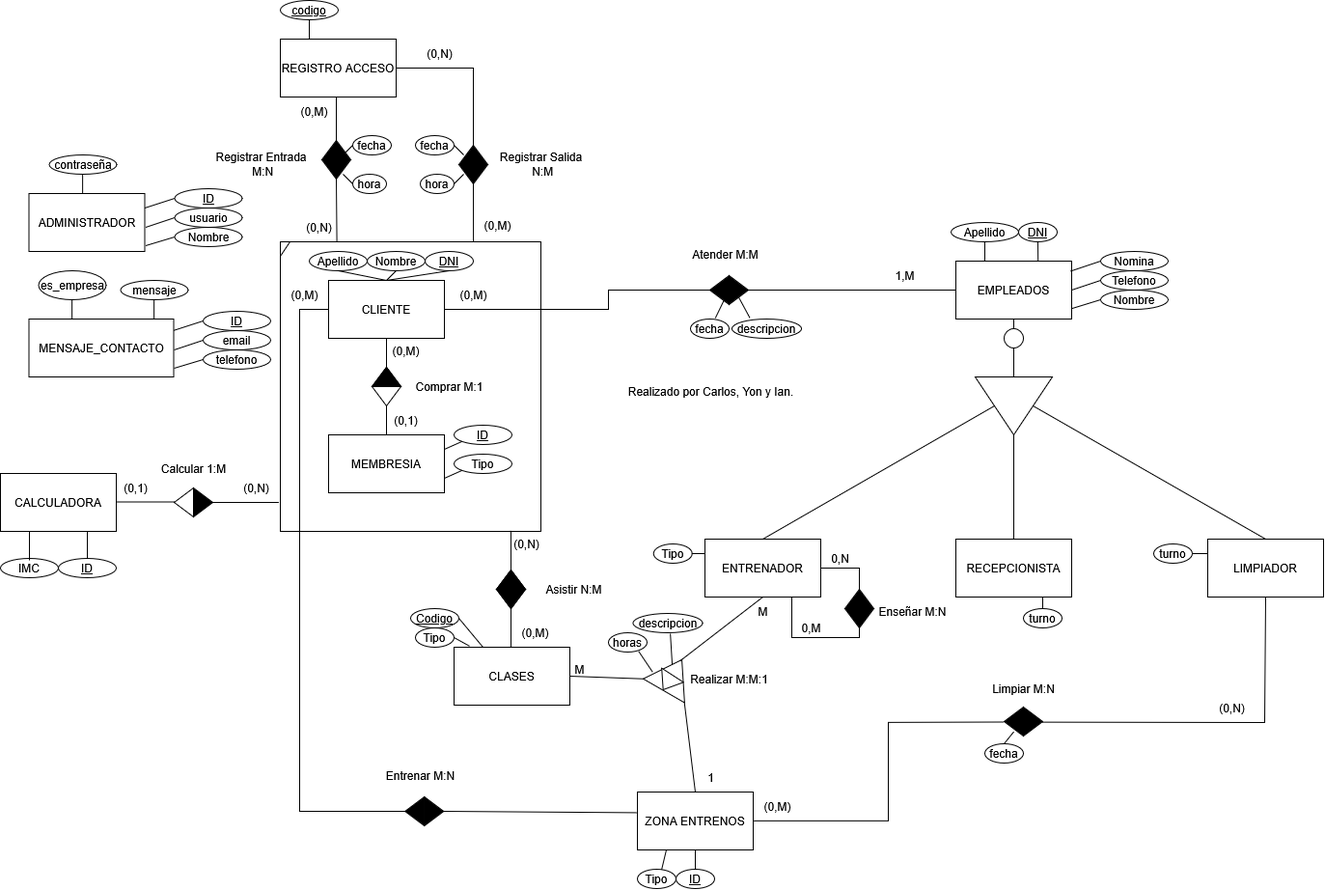
Above: BaseDatos/Entidad Relacion/Entidad Relacion.drawio.png in cmr-dam/ProyectoIntermodular-ICY (draw.io), before the change. Source tidied: cells renumbered, new cells last; positions are measured from the earlier drawing's top-left corner, leaving out a move shared by most shapes.
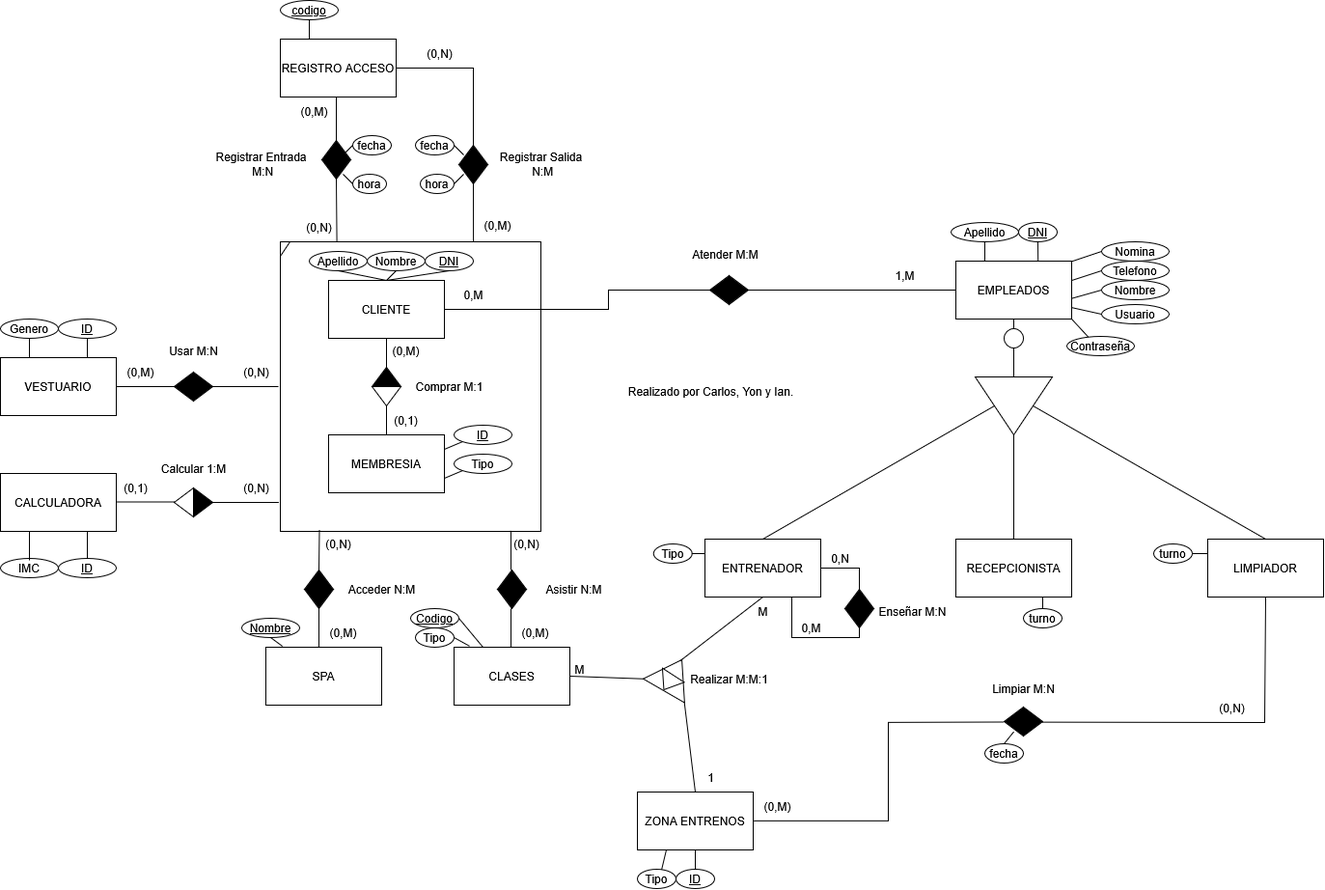
The same diagram one commit later.

Commit message:
Se actualiza el gráfo entidad relación

The edit, as a diff of the source:
```diff
@@ -62,4 +62,4 @@
     </mxCell>
-    <mxCell id="20" value="(0,M)" style="text;html=1;align=center;verticalAlign=middle;strokeColor=none;fillColor=none;" parent="18" vertex="1">
-      <mxGeometry x="175" y="40" width="50" height="30" as="geometry" />
+    <mxCell id="20" value="0,M" style="text;html=1;align=center;verticalAlign=middle;strokeColor=none;fillColor=none;" parent="18" vertex="1">
+      <mxGeometry x="180" y="40" width="40" height="30" as="geometry" />
     </mxCell>
@@ -71,8 +71,66 @@
     </mxCell>
-    <mxCell id="23" value="(0,M)" style="text;html=1;align=center;verticalAlign=middle;strokeColor=none;fillColor=none;" parent="18" vertex="1">
-      <mxGeometry y="40" width="50" height="30" as="geometry" />
-    </mxCell>
-    <mxCell id="24" style="triangle;whiteSpace=wrap;html=1;rotation=-90;fillStyle=solid;fillColor=#000000;" parent="18" vertex="1">
-      <mxGeometry x="100" y="125" width="20" height="30" as="geometry" />
-    </mxCell>
+    <mxCell id="173" style="endArrow=none;html=1;rounded=0;exitX=0.15;exitY=0.996;exitDx=0;exitDy=0;exitPerimeter=0;entryX=0.5;entryY=0;entryDx=0;entryDy=0;" parent="1" edge="1" source="18">
+      <mxGeometry relative="1" as="geometry">
+        <mxPoint x="330" y="590" as="targetPoint" />
+      </mxGeometry>
+    </mxCell>
+    <mxCell id="174" value="(0,N)" style="text;html=1;align=center;verticalAlign=middle;strokeColor=none;fillColor=none;" parent="1" vertex="1">
+      <mxGeometry x="325" y="548" width="50" height="30" as="geometry" />
+    </mxCell>
+    <mxCell id="175" style="endArrow=none;html=1;rounded=0;exitX=0.5;exitY=1;exitDx=0;exitDy=0;" parent="1" edge="1">
+      <mxGeometry relative="1" as="geometry">
+        <mxPoint x="330" y="630" as="sourcePoint" />
+        <mxPoint x="330" y="670" as="targetPoint" />
+      </mxGeometry>
+    </mxCell>
+    <mxCell id="176" value="SPA" style="rounded=0;whiteSpace=wrap;html=1;" parent="1" vertex="1">
+      <mxGeometry x="275" y="670" width="120" height="60" as="geometry" />
+    </mxCell>
+    <mxCell id="177" value="(0,M)" style="text;html=1;align=center;verticalAlign=middle;strokeColor=none;fillColor=none;" parent="1" vertex="1">
+      <mxGeometry x="330" y="640" width="50" height="30" as="geometry" />
+    </mxCell>
+    <mxCell id="178" value="Acceder N:M" style="text;html=1;align=center;verticalAlign=middle;strokeColor=none;fillColor=none;" parent="1" vertex="1">
+      <mxGeometry x="350" y="595" width="90" height="30" as="geometry" />
+    </mxCell>
+    <mxCell id="140" value="&lt;u&gt;Nombre&lt;/u&gt;" style="ellipse;whiteSpace=wrap;html=1;" parent="1" vertex="1">
+      <mxGeometry x="250" y="640" width="60" height="20" as="geometry" />
+    </mxCell>
+    <mxCell id="179" style="endArrow=none;html=1;rounded=0;exitX=0.5;exitY=1;exitDx=0;exitDy=0;entryX=0.143;entryY=-0.017;entryDx=0;entryDy=0;entryPerimeter=0;" parent="1" edge="1" source="140" target="176">
+      <mxGeometry relative="1" as="geometry" />
+    </mxCell>
+    <mxCell id="180" style="endArrow=none;html=1;rounded=0;exitX=1;exitY=0.5;exitDx=0;exitDy=0;" parent="1" edge="1">
+      <mxGeometry relative="1" as="geometry">
+        <mxPoint x="220" y="400" as="sourcePoint" />
+        <mxPoint x="288" y="400" as="targetPoint" />
+      </mxGeometry>
+    </mxCell>
+    <mxCell id="181" value="VESTUARIO" style="rounded=0;whiteSpace=wrap;html=1;" parent="1" vertex="1">
+      <mxGeometry y="370" width="120" height="60" as="geometry" />
+    </mxCell>
+    <mxCell id="182" value="Genero" style="ellipse;whiteSpace=wrap;html=1;" parent="1" vertex="1">
+      <mxGeometry y="330" width="60" height="20" as="geometry" />
+    </mxCell>
+    <mxCell id="183" value="&lt;u&gt;ID&lt;/u&gt;" style="ellipse;whiteSpace=wrap;html=1;" parent="1" vertex="1">
+      <mxGeometry x="60" y="330" width="60" height="20" as="geometry" />
+    </mxCell>
+    <mxCell id="184" style="endArrow=none;html=1;rounded=0;exitX=0.25;exitY=0;exitDx=0;exitDy=0;entryX=0.5;entryY=1;entryDx=0;entryDy=0;" parent="1" edge="1" source="181" target="182">
+      <mxGeometry relative="1" as="geometry" />
+    </mxCell>
+    <mxCell id="185" style="endArrow=none;html=1;rounded=0;exitX=0.75;exitY=0;exitDx=0;exitDy=0;entryX=0.5;entryY=1;entryDx=0;entryDy=0;" parent="1" edge="1" source="181" target="183">
+      <mxGeometry relative="1" as="geometry" />
+    </mxCell>
+    <mxCell id="186" value="Usar M:N" style="text;html=1;align=center;verticalAlign=middle;strokeColor=none;fillColor=none;" parent="1" vertex="1">
+      <mxGeometry x="165" y="348" width="70" height="30" as="geometry" />
+    </mxCell>
+    <mxCell id="187" value="(0,M)" style="text;html=1;align=center;verticalAlign=middle;strokeColor=none;fillColor=none;" parent="1" vertex="1">
+      <mxGeometry x="120" y="370" width="50" height="30" as="geometry" />
+    </mxCell>
+    <mxCell id="188" value="(0,N)" style="text;html=1;align=center;verticalAlign=middle;strokeColor=none;fillColor=none;" parent="1" vertex="1">
+      <mxGeometry x="240" y="370" width="50" height="30" as="geometry" />
+    </mxCell>
+    <mxCell id="189" style="endArrow=none;html=1;rounded=0;exitX=1;exitY=0.5;exitDx=0;exitDy=0;entryX=0;entryY=0.5;entryDx=0;entryDy=0;" parent="1" edge="1" source="181">
+      <mxGeometry relative="1" as="geometry">
+        <mxPoint x="180" y="400" as="targetPoint" />
+      </mxGeometry>
+    </mxCell>
     <mxCell id="25" style="endArrow=none;html=1;rounded=0;exitX=-0.006;exitY=0.9;exitDx=0;exitDy=0;exitPerimeter=0;" parent="1" edge="1" source="18">
@@ -159,3 +217,3 @@
     <mxCell id="47" style="triangle;whiteSpace=wrap;html=1;direction=north;rotation=-147;" parent="1" vertex="1">
-      <mxGeometry x="678.1" y="697.6" width="26.9" height="17.9" as="geometry" />
+      <mxGeometry x="678.8" y="697.6" width="26.9" height="17.9" as="geometry" />
     </mxCell>
@@ -306,6 +364,6 @@
     <mxCell id="88" value="Telefono" style="ellipse;whiteSpace=wrap;html=1;" parent="1" vertex="1">
-      <mxGeometry x="1140" y="280" width="70" height="20" as="geometry" />
+      <mxGeometry x="1141" y="270" width="70" height="20" as="geometry" />
     </mxCell>
     <mxCell id="89" value="Nombre" style="ellipse;whiteSpace=wrap;html=1;" parent="1" vertex="1">
-      <mxGeometry x="1140" y="300" width="70" height="20" as="geometry" />
+      <mxGeometry x="1141" y="290" width="70" height="20" as="geometry" />
     </mxCell>
@@ -315,3 +373,3 @@
     <mxCell id="91" value="Nomina" style="ellipse;whiteSpace=wrap;html=1;" parent="1" vertex="1">
-      <mxGeometry x="1140" y="260" width="70" height="20" as="geometry" />
+      <mxGeometry x="1141" y="250" width="70" height="20" as="geometry" />
     </mxCell>
@@ -320,6 +378,8 @@
     </mxCell>
-    <mxCell id="93" style="endArrow=none;html=1;rounded=0;entryX=0;entryY=0.5;entryDx=0;entryDy=0;exitX=0.992;exitY=0.173;exitDx=0;exitDy=0;exitPerimeter=0;" parent="1" edge="1" source="83" target="91">
-      <mxGeometry relative="1" as="geometry" />
+    <mxCell id="93" style="endArrow=none;html=1;rounded=0;entryX=0;entryY=0.5;entryDx=0;entryDy=0;exitX=0.992;exitY=0.173;exitDx=0;exitDy=0;exitPerimeter=0;" parent="1" edge="1" target="91">
+      <mxGeometry relative="1" as="geometry">
+        <mxPoint x="1110" y="270.4" as="sourcePoint" />
+      </mxGeometry>
     </mxCell>
-    <mxCell id="94" style="endArrow=none;html=1;rounded=0;entryX=0;entryY=0.5;entryDx=0;entryDy=0;exitX=1;exitY=0.5;exitDx=0;exitDy=0;" parent="1" edge="1" source="83" target="88">
+    <mxCell id="94" style="endArrow=none;html=1;rounded=0;entryX=0;entryY=0.5;entryDx=0;entryDy=0;exitX=1.002;exitY=0.333;exitDx=0;exitDy=0;exitPerimeter=0;" parent="1" edge="1" source="83" target="88">
       <mxGeometry relative="1" as="geometry" />
@@ -329,3 +389,3 @@
     </mxCell>
-    <mxCell id="96" style="endArrow=none;html=1;rounded=0;entryX=0;entryY=0.5;entryDx=0;entryDy=0;exitX=1;exitY=0.82;exitDx=0;exitDy=0;exitPerimeter=0;" parent="1" edge="1" source="83" target="89">
+    <mxCell id="96" style="endArrow=none;html=1;rounded=0;entryX=0;entryY=0.5;entryDx=0;entryDy=0;exitX=1.002;exitY=0.644;exitDx=0;exitDy=0;exitPerimeter=0;" parent="1" edge="1" source="83" target="89">
       <mxGeometry relative="1" as="geometry" />
@@ -454,7 +514,13 @@
     </mxCell>
+    <mxCell id="190" style="triangle;whiteSpace=wrap;html=1;rotation=-90;fillStyle=solid;fillColor=light-dark(#000000,#000000);" parent="1" vertex="1">
+      <mxGeometry x="320" y="585" width="20" height="30" as="geometry" />
+    </mxCell>
+    <mxCell id="191" style="triangle;whiteSpace=wrap;html=1;rotation=90;fillStyle=solid;fillColor=#000000;" parent="1" vertex="1">
+      <mxGeometry x="320" y="605" width="20" height="30" as="geometry" />
+    </mxCell>
     <mxCell id="128" style="triangle;whiteSpace=wrap;html=1;rotation=-90;fillStyle=solid;fillColor=light-dark(#000000,#000000);" parent="1" vertex="1">
-      <mxGeometry x="519" y="585" width="20" height="30" as="geometry" />
+      <mxGeometry x="520" y="585" width="20" height="30" as="geometry" />
     </mxCell>
     <mxCell id="129" style="triangle;whiteSpace=wrap;html=1;rotation=90;fillStyle=solid;fillColor=light-dark(#000000,#000000);" parent="1" vertex="1">
-      <mxGeometry x="519" y="605" width="20" height="30" as="geometry" />
+      <mxGeometry x="520" y="605" width="20" height="30" as="geometry" />
     </mxCell>
@@ -466,2 +532,8 @@
     </mxCell>
+    <mxCell id="192" style="triangle;whiteSpace=wrap;html=1;rotation=0;fillColor=#000000;fillStyle=solid;" parent="1" vertex="1">
+      <mxGeometry x="200" y="385" width="20" height="30" as="geometry" />
+    </mxCell>
+    <mxCell id="193" style="triangle;whiteSpace=wrap;html=1;rotation=-180;fillStyle=solid;fillColor=#000000;" parent="1" vertex="1">
+      <mxGeometry x="180" y="385" width="20" height="30" as="geometry" />
+    </mxCell>
     <mxCell id="132" style="triangle;whiteSpace=wrap;html=1;rotation=0;fillStyle=solid;fillColor=#000000;" parent="1" vertex="1">
@@ -484,136 +556,14 @@
     </mxCell>
-    <mxCell id="138" value="ADMINISTRADOR" style="rounded=0;whiteSpace=wrap;html=1;" parent="1" vertex="1">
-      <mxGeometry x="29.5" y="200" width="120" height="60" as="geometry" />
-    </mxCell>
-    <mxCell id="139" value="usuario" style="ellipse;whiteSpace=wrap;html=1;" parent="1" vertex="1">
-      <mxGeometry x="180.5" y="215" width="70" height="20" as="geometry" />
-    </mxCell>
-    <mxCell id="140" value="Nombre" style="ellipse;whiteSpace=wrap;html=1;" parent="1" vertex="1">
-      <mxGeometry x="180.5" y="235" width="70" height="20" as="geometry" />
-    </mxCell>
-    <mxCell id="141" value="&lt;u&gt;ID&lt;/u&gt;" style="ellipse;whiteSpace=wrap;html=1;" parent="1" vertex="1">
-      <mxGeometry x="180.5" y="195" width="70" height="20" as="geometry" />
-    </mxCell>
-    <mxCell id="142" style="endArrow=none;html=1;rounded=0;entryX=0;entryY=0.5;entryDx=0;entryDy=0;exitX=0.992;exitY=0.173;exitDx=0;exitDy=0;exitPerimeter=0;" parent="1" edge="1" target="141">
-      <mxGeometry relative="1" as="geometry">
-        <mxPoint x="149.5" y="215" as="sourcePoint" />
-      </mxGeometry>
-    </mxCell>
-    <mxCell id="143" style="endArrow=none;html=1;rounded=0;entryX=0;entryY=0.5;entryDx=0;entryDy=0;exitX=1;exitY=0.5;exitDx=0;exitDy=0;" parent="1" edge="1" target="139">
-      <mxGeometry relative="1" as="geometry">
-        <mxPoint x="150.5" y="235" as="sourcePoint" />
-      </mxGeometry>
-    </mxCell>
-    <mxCell id="144" style="endArrow=none;html=1;rounded=0;entryX=0;entryY=0.5;entryDx=0;entryDy=0;exitX=1;exitY=0.82;exitDx=0;exitDy=0;exitPerimeter=0;" parent="1" edge="1" target="140">
-      <mxGeometry relative="1" as="geometry">
-        <mxPoint x="150.5" y="254" as="sourcePoint" />
-      </mxGeometry>
-    </mxCell>
-    <mxCell id="145" value="contraseña" style="ellipse;whiteSpace=wrap;html=1;" parent="1" vertex="1">
-      <mxGeometry x="50.5" y="160" width="70" height="20" as="geometry" />
-    </mxCell>
-    <mxCell id="146" style="endArrow=none;html=1;rounded=0;entryX=0.5;entryY=1;entryDx=0;entryDy=0;exitX=0.25;exitY=0;exitDx=0;exitDy=0;" parent="1" edge="1">
-      <mxGeometry relative="1" as="geometry">
-        <mxPoint x="85.1" y="200" as="sourcePoint" />
-        <mxPoint x="85.1" y="180" as="targetPoint" />
-      </mxGeometry>
-    </mxCell>
-    <mxCell id="147" value="email" style="ellipse;whiteSpace=wrap;html=1;" parent="1" vertex="1">
-      <mxGeometry x="210" y="342" width="70" height="20" as="geometry" />
-    </mxCell>
-    <mxCell id="148" value="telefono" style="ellipse;whiteSpace=wrap;html=1;" parent="1" vertex="1">
-      <mxGeometry x="210" y="362" width="70" height="20" as="geometry" />
-    </mxCell>
-    <mxCell id="149" value="&lt;u&gt;ID&lt;/u&gt;" style="ellipse;whiteSpace=wrap;html=1;" parent="1" vertex="1">
-      <mxGeometry x="210" y="322" width="70" height="20" as="geometry" />
-    </mxCell>
-    <mxCell id="150" style="endArrow=none;html=1;rounded=0;entryX=0;entryY=0.5;entryDx=0;entryDy=0;exitX=0.992;exitY=0.173;exitDx=0;exitDy=0;exitPerimeter=0;" parent="1" edge="1" target="149">
-      <mxGeometry relative="1" as="geometry">
-        <mxPoint x="179" y="342" as="sourcePoint" />
-      </mxGeometry>
-    </mxCell>
-    <mxCell id="151" style="endArrow=none;html=1;rounded=0;entryX=0;entryY=0.5;entryDx=0;entryDy=0;exitX=1;exitY=0.5;exitDx=0;exitDy=0;" parent="1" edge="1" target="147">
-      <mxGeometry relative="1" as="geometry">
-        <mxPoint x="180" y="362" as="sourcePoint" />
-      </mxGeometry>
-    </mxCell>
-    <mxCell id="152" style="endArrow=none;html=1;rounded=0;entryX=0;entryY=0.5;entryDx=0;entryDy=0;exitX=1;exitY=0.82;exitDx=0;exitDy=0;exitPerimeter=0;" parent="1" edge="1" target="148">
-      <mxGeometry relative="1" as="geometry">
-        <mxPoint x="180" y="381" as="sourcePoint" />
-      </mxGeometry>
-    </mxCell>
-    <mxCell id="153" value="mensaje" style="ellipse;whiteSpace=wrap;html=1;" parent="1" vertex="1">
-      <mxGeometry x="124.5" y="290" width="70" height="20" as="geometry" />
-    </mxCell>
-    <mxCell id="154" style="endArrow=none;html=1;rounded=0;entryX=0.5;entryY=1;entryDx=0;entryDy=0;exitX=0.25;exitY=0;exitDx=0;exitDy=0;" parent="1" edge="1">
-      <mxGeometry relative="1" as="geometry">
-        <mxPoint x="159.1" y="330" as="sourcePoint" />
-        <mxPoint x="159.1" y="310" as="targetPoint" />
-      </mxGeometry>
-    </mxCell>
-    <mxCell id="155" value="es_empresa" style="ellipse;whiteSpace=wrap;html=1;" parent="1" vertex="1">
-      <mxGeometry x="39.5" y="280" width="70" height="30" as="geometry" />
-    </mxCell>
-    <mxCell id="156" style="endArrow=none;html=1;rounded=0;entryX=0.5;entryY=1;entryDx=0;entryDy=0;exitX=0.25;exitY=0;exitDx=0;exitDy=0;" parent="1" edge="1">
-      <mxGeometry relative="1" as="geometry">
-        <mxPoint x="74.1" y="330" as="sourcePoint" />
-        <mxPoint x="74.1" y="310" as="targetPoint" />
-      </mxGeometry>
-    </mxCell>
-    <mxCell id="157" style="triangle;whiteSpace=wrap;html=1;rotation=-90;fillStyle=solid;fillColor=#000000;" parent="1" vertex="1">
-      <mxGeometry x="519" y="585" width="20" height="30" as="geometry" />
-    </mxCell>
-    <mxCell id="158" style="triangle;whiteSpace=wrap;html=1;rotation=90;fillStyle=solid;fillColor=#000000;" parent="1" vertex="1">
-      <mxGeometry x="519" y="605" width="20" height="30" as="geometry" />
-    </mxCell>
-    <mxCell id="159" value="MENSAJE_CONTACTO" style="rounded=0;whiteSpace=wrap;html=1;" parent="1" vertex="1">
-      <mxGeometry x="29.5" y="330" width="150" height="60" as="geometry" />
-    </mxCell>
-    <mxCell id="160" style="endArrow=none;html=1;rounded=0;exitX=0;exitY=0.5;exitDx=0;exitDy=0;" parent="1" edge="1" source="2">
-      <mxGeometry relative="1" as="geometry">
-        <mxPoint x="420" y="840" as="targetPoint" />
-        <Array as="points">
-          <mxPoint x="310" y="320" />
-          <mxPoint x="310" y="840" />
-        </Array>
-      </mxGeometry>
-    </mxCell>
-    <mxCell id="161" value="Entrenar M:N" style="text;html=1;align=center;verticalAlign=middle;strokeColor=none;fillColor=none;" parent="1" vertex="1">
-      <mxGeometry x="390" y="788" width="90" height="30" as="geometry" />
-    </mxCell>
-    <mxCell id="162" style="triangle;whiteSpace=wrap;html=1;rotation=0;fillStyle=solid;fillColor=#000000;" parent="1" vertex="1">
-      <mxGeometry x="439.3" y="825" width="20" height="30" as="geometry" />
-    </mxCell>
-    <mxCell id="163" style="triangle;whiteSpace=wrap;html=1;rotation=-180;fillColor=#000000;fillStyle=solid;" parent="1" vertex="1">
-      <mxGeometry x="419.3" y="825" width="20" height="30" as="geometry" />
-    </mxCell>
-    <mxCell id="164" style="endArrow=none;html=1;rounded=0;exitX=-0.009;exitY=0.357;exitDx=0;exitDy=0;exitPerimeter=0;entryX=1;entryY=0.5;entryDx=0;entryDy=0;" parent="1" edge="1" source="49" target="162">
-      <mxGeometry relative="1" as="geometry" />
-    </mxCell>
-    <mxCell id="165" value="fecha" style="ellipse;whiteSpace=wrap;html=1;" parent="1" vertex="1">
-      <mxGeometry x="715" y="330" width="40" height="20" as="geometry" />
-    </mxCell>
-    <mxCell id="166" style="endArrow=none;html=1;rounded=0;entryX=0;entryY=1;entryDx=0;entryDy=0;exitX=0.645;exitY=-0.051;exitDx=0;exitDy=0;exitPerimeter=0;" parent="1" edge="1" source="165">
-      <mxGeometry relative="1" as="geometry">
-        <mxPoint x="750" y="310" as="targetPoint" />
-      </mxGeometry>
-    </mxCell>
-    <mxCell id="167" value="descripcion" style="ellipse;whiteSpace=wrap;html=1;" parent="1" vertex="1">
-      <mxGeometry x="758" y="330" width="72" height="20" as="geometry" />
-    </mxCell>
-    <mxCell id="168" style="endArrow=none;html=1;rounded=0;entryX=0.5;entryY=1;entryDx=0;entryDy=0;exitX=0.256;exitY=-0.067;exitDx=0;exitDy=0;exitPerimeter=0;" parent="1" edge="1" source="167" target="136">
-      <mxGeometry relative="1" as="geometry" />
-    </mxCell>
-    <mxCell id="169" value="horas" style="ellipse;whiteSpace=wrap;html=1;" parent="1" vertex="1">
-      <mxGeometry x="630" y="655" width="40" height="20" as="geometry" />
-    </mxCell>
-    <mxCell id="170" value="descripcion" style="ellipse;whiteSpace=wrap;html=1;" parent="1" vertex="1">
-      <mxGeometry x="655.6" y="635" width="72" height="20" as="geometry" />
-    </mxCell>
-    <mxCell id="171" style="endArrow=none;html=1;rounded=0;entryX=0.536;entryY=1.052;entryDx=0;entryDy=0;entryPerimeter=0;" parent="1" edge="1" source="46" target="170">
-      <mxGeometry relative="1" as="geometry" />
-    </mxCell>
-    <mxCell id="172" style="endArrow=none;html=1;rounded=0;entryX=0.783;entryY=0.964;entryDx=0;entryDy=0;exitX=0.294;exitY=0.099;exitDx=0;exitDy=0;exitPerimeter=0;entryPerimeter=0;" parent="1" edge="1" source="46" target="169">
-      <mxGeometry relative="1" as="geometry" />
-    </mxCell>
+    <mxCell id="194" value="Usuario" style="ellipse;whiteSpace=wrap;html=1;" parent="1" vertex="1">
+      <mxGeometry x="1141" y="315" width="70" height="20" as="geometry" />
+    </mxCell>
+    <mxCell id="195" style="endArrow=none;html=1;rounded=0;entryX=0;entryY=0.5;entryDx=0;entryDy=0;exitX=1.002;exitY=0.803;exitDx=0;exitDy=0;exitPerimeter=0;" parent="1" edge="1" source="83" target="194">
+      <mxGeometry relative="1" as="geometry" />
+    </mxCell>
+    <mxCell id="196" value="Contraseña" style="ellipse;whiteSpace=wrap;html=1;" parent="1" vertex="1">
+      <mxGeometry x="1105" y="348" width="70" height="20" as="geometry" />
+    </mxCell>
+    <mxCell id="197" style="endArrow=none;html=1;rounded=0;entryX=0.317;entryY=0.031;entryDx=0;entryDy=0;exitX=1;exitY=1;exitDx=0;exitDy=0;entryPerimeter=0;" parent="1" edge="1" source="83" target="196">
+      <mxGeometry relative="1" as="geometry" />
+    </mxCell>
   </root>
```
